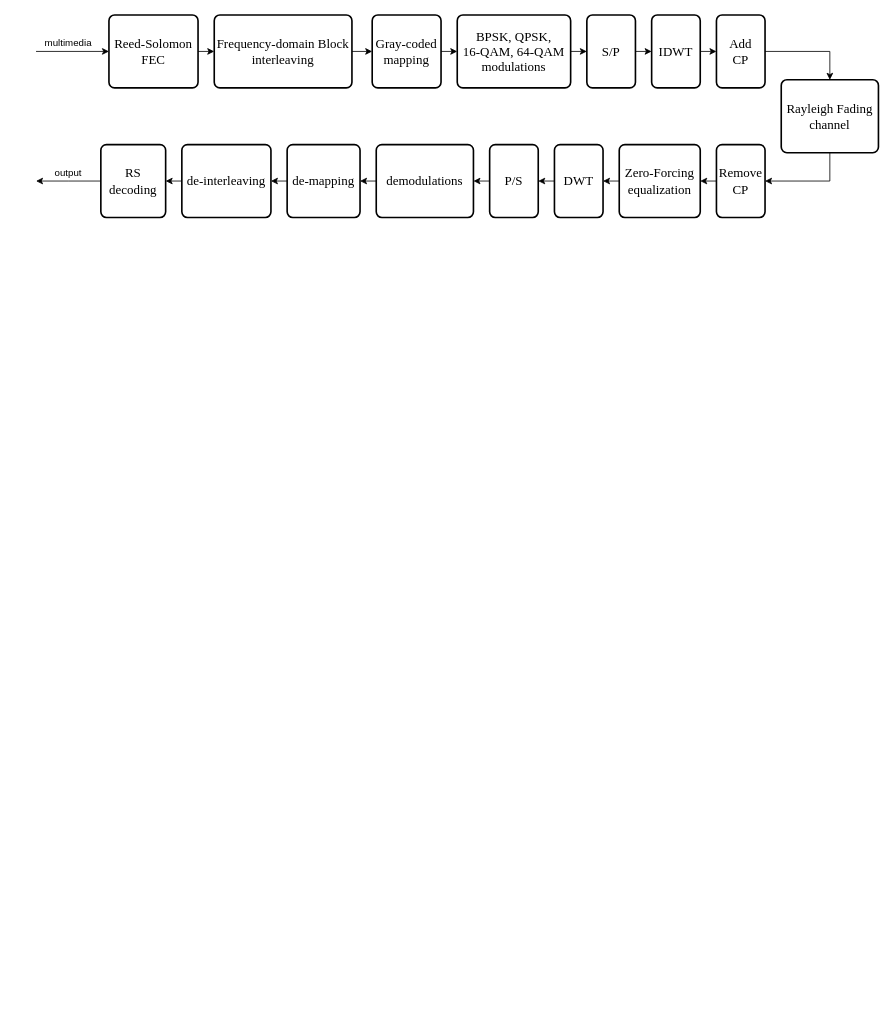
troders34/research keeps this draw.io diagram as page "entire" (6 of 6) of mod.drawio. Above is the earlier version. Source tidied: cells renumbered, new cells numbered last; positions are measured from the earlier drawing's top-left corner, leaving out a move shared by most shapes. Both pictures are drawn from the tidied source at 81%, with x=0, y=0 at pixel (36, 15).
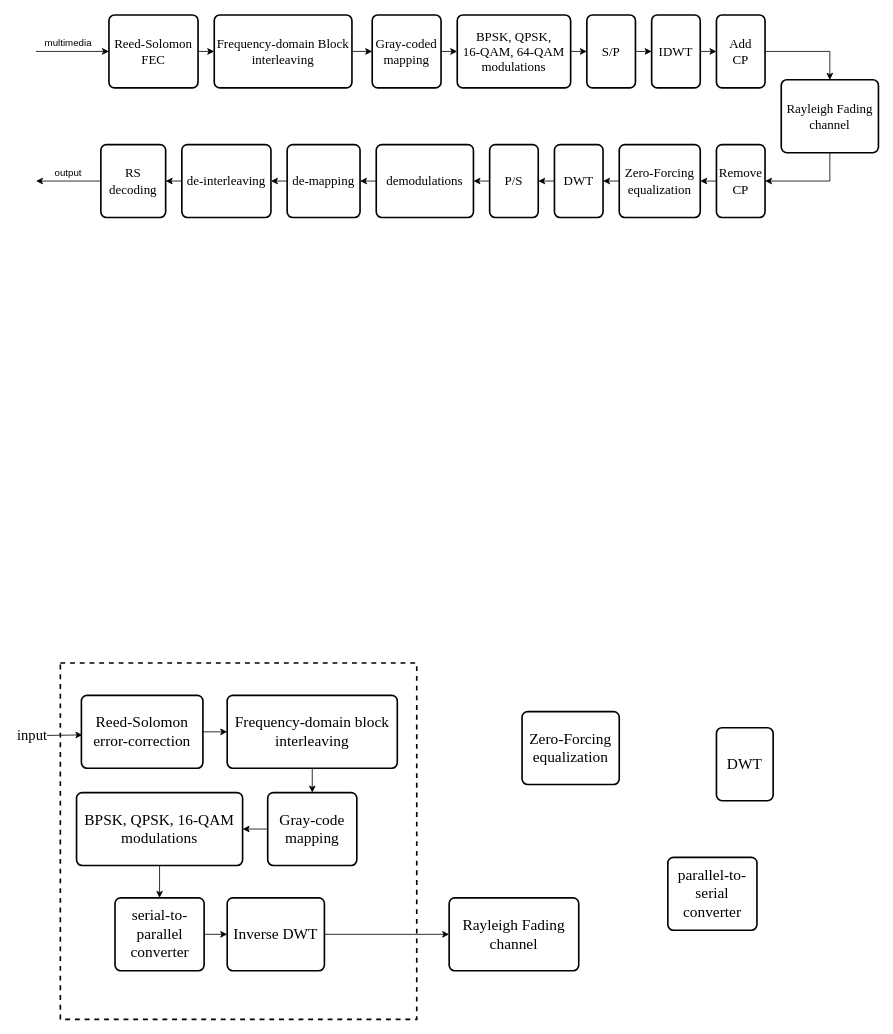
The same diagram, later.

Change to the diagram source:
```diff
@@
+    <mxCell id="37" style="rounded=0;whiteSpace=wrap;html=1;fillColor=none;strokeWidth=2;dashed=1;" parent="1" vertex="1">
+      <mxGeometry x="30" y="800" width="440" height="440" as="geometry" />
+    </mxCell>
@@
+    <mxCell id="38" style="edgeStyle=orthogonalEdgeStyle;rounded=0;jettySize=auto;html=1;exitX=1;exitY=0.5;exitDx=0;exitDy=0;entryX=0;entryY=0.5;entryDx=0;entryDy=0;" parent="1" edge="1" source="39" target="41">
+      <mxGeometry relative="1" as="geometry" />
+    </mxCell>
+    <mxCell id="39" value="&lt;div&gt;Reed-Solomon&lt;/div&gt;&lt;div&gt;error-correction&lt;/div&gt;" style="rounded=1;whiteSpace=wrap;html=1;absoluteArcSize=1;arcSize=14;strokeWidth=2;fontFamily=Times New Roman;fontSize=19;" parent="1" vertex="1">
+      <mxGeometry x="56" y="840" width="150" height="90" as="geometry" />
+    </mxCell>
+    <mxCell id="40" style="edgeStyle=orthogonalEdgeStyle;rounded=0;jettySize=auto;html=1;exitX=0.5;exitY=1;exitDx=0;exitDy=0;entryX=0.5;entryY=0;entryDx=0;entryDy=0;" parent="1" edge="1" source="41" target="43">
+      <mxGeometry relative="1" as="geometry" />
+    </mxCell>
+    <mxCell id="41" value="&lt;div&gt;Frequency-domain block&lt;/div&gt;&lt;div&gt;interleaving&lt;/div&gt;" style="rounded=1;whiteSpace=wrap;html=1;absoluteArcSize=1;arcSize=14;strokeWidth=2;fontFamily=Times New Roman;fontSize=19;" parent="1" vertex="1">
+      <mxGeometry x="236" y="840" width="210" height="90" as="geometry" />
+    </mxCell>
+    <mxCell id="42" style="edgeStyle=orthogonalEdgeStyle;rounded=0;jettySize=auto;html=1;exitX=0;exitY=0.5;exitDx=0;exitDy=0;entryX=1;entryY=0.5;entryDx=0;entryDy=0;" parent="1" edge="1" source="43" target="45">
+      <mxGeometry relative="1" as="geometry" />
+    </mxCell>
+    <mxCell id="43" value="&lt;div&gt;Gray-code&lt;/div&gt;&lt;div&gt;mapping&lt;/div&gt;" style="rounded=1;whiteSpace=wrap;html=1;absoluteArcSize=1;arcSize=14;strokeWidth=2;fontFamily=Times New Roman;fontSize=19;" parent="1" vertex="1">
+      <mxGeometry x="286" y="960" width="110" height="90" as="geometry" />
+    </mxCell>
+    <mxCell id="44" style="edgeStyle=orthogonalEdgeStyle;rounded=0;jettySize=auto;html=1;exitX=0.5;exitY=1;exitDx=0;exitDy=0;entryX=0.5;entryY=0;entryDx=0;entryDy=0;" parent="1" edge="1" source="45" target="47">
+      <mxGeometry relative="1" as="geometry" />
+    </mxCell>
+    <mxCell id="45" value="&lt;div&gt;BPSK, QPSK, 16-QAM&lt;/div&gt;&lt;div&gt;modulations&lt;/div&gt;" style="rounded=1;whiteSpace=wrap;html=1;absoluteArcSize=1;arcSize=14;strokeWidth=2;fontFamily=Times New Roman;fontSize=19;" parent="1" vertex="1">
+      <mxGeometry x="50" y="960" width="205" height="90" as="geometry" />
+    </mxCell>
+    <mxCell id="46" style="edgeStyle=orthogonalEdgeStyle;rounded=0;jettySize=auto;html=1;exitX=1;exitY=0.5;exitDx=0;exitDy=0;entryX=0;entryY=0.5;entryDx=0;entryDy=0;" parent="1" edge="1" source="47" target="49">
+      <mxGeometry relative="1" as="geometry" />
+    </mxCell>
+    <mxCell id="47" value="&lt;div&gt;serial-to-parallel converter&lt;/div&gt;" style="rounded=1;whiteSpace=wrap;html=1;absoluteArcSize=1;arcSize=14;strokeWidth=2;fontFamily=Times New Roman;fontSize=19;" parent="1" vertex="1">
+      <mxGeometry x="97.5" y="1090" width="110" height="90" as="geometry" />
+    </mxCell>
+    <mxCell id="48" style="edgeStyle=orthogonalEdgeStyle;rounded=0;jettySize=auto;html=1;exitX=1;exitY=0.5;exitDx=0;exitDy=0;entryX=0;entryY=0.5;entryDx=0;entryDy=0;" parent="1" edge="1" source="49" target="52">
+      <mxGeometry relative="1" as="geometry" />
+    </mxCell>
+    <mxCell id="49" value="&lt;div&gt;Inverse DWT&lt;/div&gt;" style="rounded=1;whiteSpace=wrap;html=1;absoluteArcSize=1;arcSize=14;strokeWidth=2;fontFamily=Times New Roman;fontSize=19;" parent="1" vertex="1">
+      <mxGeometry x="236" y="1090" width="120" height="90" as="geometry" />
+    </mxCell>
+    <mxCell id="50" style="endArrow=classic;html=1;rounded=0;entryX=0.008;entryY=0.542;entryDx=0;entryDy=0;entryPerimeter=0;" parent="1" edge="1" target="39">
+      <mxGeometry relative="1" as="geometry">
+        <mxPoint x="-20" y="890" as="sourcePoint" />
+      </mxGeometry>
+    </mxCell>
+    <mxCell id="51" value="&lt;font style=&quot;font-size: 18px;&quot; face=&quot;Times New Roman&quot;&gt;input&lt;/font&gt;" style="edgeLabel;html=1;align=center;verticalAlign=middle;" parent="50" vertex="1">
+      <mxGeometry x="-0.64" y="-2" relative="1" as="geometry">
+        <mxPoint y="-3" as="offset" />
+      </mxGeometry>
+    </mxCell>
+    <mxCell id="52" value="&lt;div&gt;Rayleigh Fading&lt;/div&gt;&lt;div&gt;channel&lt;/div&gt;" style="rounded=1;whiteSpace=wrap;html=1;absoluteArcSize=1;arcSize=14;strokeWidth=2;fontFamily=Times New Roman;fontSize=19;" parent="1" vertex="1">
+      <mxGeometry x="510" y="1090" width="160" height="90" as="geometry" />
+    </mxCell>
+    <mxCell id="53" value="&lt;div&gt;DWT&lt;/div&gt;" style="rounded=1;whiteSpace=wrap;html=1;absoluteArcSize=1;arcSize=14;strokeWidth=2;fontFamily=Times New Roman;fontSize=19;" parent="1" vertex="1">
+      <mxGeometry x="840" y="880" width="70" height="90" as="geometry" />
+    </mxCell>
+    <mxCell id="54" value="&lt;div&gt;Zero-Forcing&lt;/div&gt;&lt;div&gt;equalization&lt;/div&gt;" style="rounded=1;whiteSpace=wrap;html=1;absoluteArcSize=1;arcSize=14;strokeWidth=2;fontFamily=Times New Roman;fontSize=19;" parent="1" vertex="1">
+      <mxGeometry x="600" y="860" width="120" height="90" as="geometry" />
+    </mxCell>
+    <mxCell id="55" value="&lt;div&gt;parallel-to-serial converter&lt;/div&gt;" style="rounded=1;whiteSpace=wrap;html=1;absoluteArcSize=1;arcSize=14;strokeWidth=2;fontFamily=Times New Roman;fontSize=19;" parent="1" vertex="1">
+      <mxGeometry x="780" y="1040" width="110" height="90" as="geometry" />
+    </mxCell>
```
